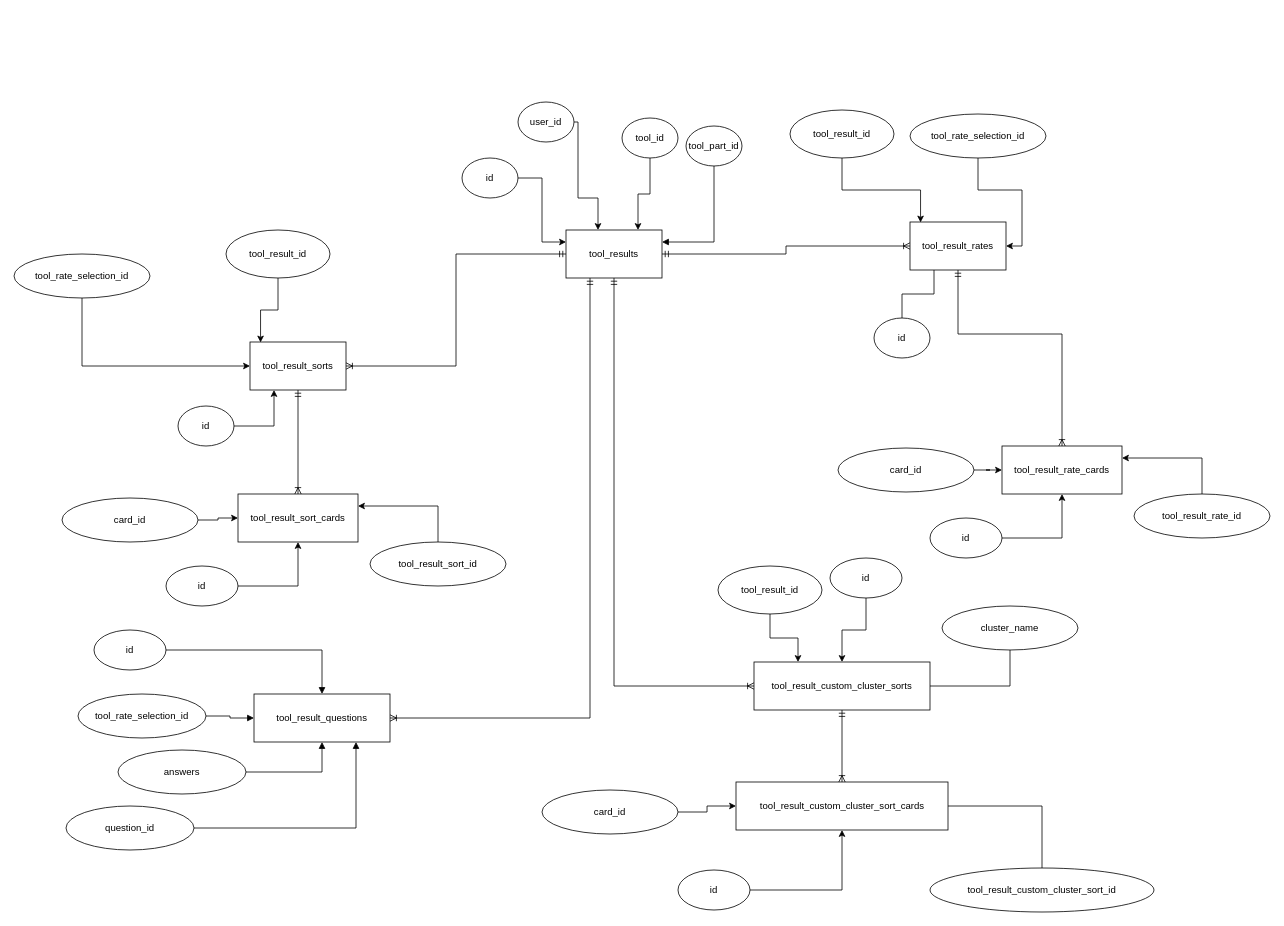
Earlier version of the draw.io diagram Untitled Diagram.drawio (janpaulalmanoche/zz). Source tidied: cells renumbered, new cells numbered last; positions are measured from the earlier drawing's top-left corner, leaving out a move shared by most shapes. Both pictures are drawn from the tidied source at 80%, with x=0, y=0 at pixel (14, 102).
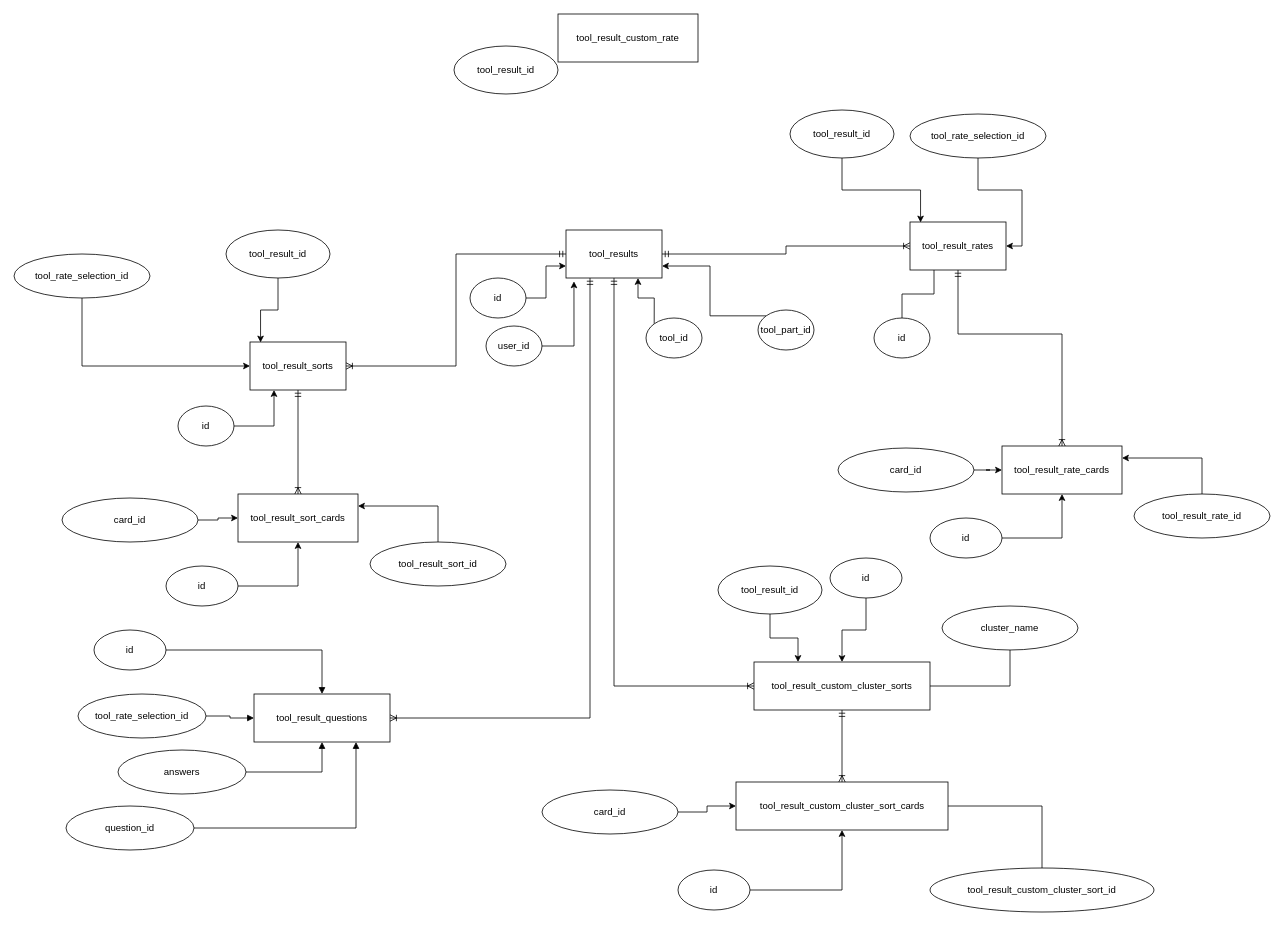
The same page after the edit.

Unchanged cells that the change refers to:
```xml
<mxCell id="6" value="tool_results" style="rounded=0;whiteSpace=wrap;html=1;" parent="1" vertex="1">
  <mxGeometry x="690" y="160" width="120" height="60" as="geometry" />
</mxCell>
```

The edit, as a diff of the source:
```diff
@@
-    <mxCell id="7" style="edgeStyle=orthogonalEdgeStyle;rounded=0;jettySize=auto;html=1;" parent="1" edge="1" source="8" target="6">
-      <mxGeometry relative="1" as="geometry">
-        <Array as="points">
-          <mxPoint x="705" y="120" />
-          <mxPoint x="730" y="120" />
-        </Array>
-      </mxGeometry>
+    <mxCell id="7" style="edgeStyle=orthogonalEdgeStyle;rounded=0;jettySize=auto;html=1;exitX=1;exitY=0.5;exitDx=0;exitDy=0;entryX=0.083;entryY=1.07;entryDx=0;entryDy=0;entryPerimeter=0;" parent="1" edge="1" source="8" target="6">
+      <mxGeometry relative="1" as="geometry" />
     </mxCell>
     <mxCell id="8" value="user_id" style="ellipse;whiteSpace=wrap;html=1;" parent="1" vertex="1">
-      <mxGeometry x="630" width="70" height="50" as="geometry" />
+      <mxGeometry x="590" y="280" width="70" height="50" as="geometry" />
     </mxCell>
-    <mxCell id="9" style="edgeStyle=orthogonalEdgeStyle;rounded=0;jettySize=auto;html=1;exitX=0.5;exitY=1;exitDx=0;exitDy=0;entryX=0.75;entryY=0;entryDx=0;entryDy=0;" parent="1" edge="1" source="10" target="6">
+    <mxCell id="9" style="edgeStyle=orthogonalEdgeStyle;rounded=0;jettySize=auto;html=1;exitX=0;exitY=0;exitDx=0;exitDy=0;entryX=0.75;entryY=1;entryDx=0;entryDy=0;" parent="1" edge="1" source="10" target="6">
       <mxGeometry relative="1" as="geometry" />
     </mxCell>
     <mxCell id="10" value="tool_id" style="ellipse;whiteSpace=wrap;html=1;" parent="1" vertex="1">
-      <mxGeometry x="760" y="20" width="70" height="50" as="geometry" />
+      <mxGeometry x="790" y="270" width="70" height="50" as="geometry" />
     </mxCell>
@@
-    <mxCell id="22" style="edgeStyle=orthogonalEdgeStyle;rounded=0;jettySize=auto;html=1;exitX=1;exitY=0.5;exitDx=0;exitDy=0;entryX=0;entryY=0.25;entryDx=0;entryDy=0;" parent="1" edge="1" source="23" target="6">
+    <mxCell id="22" style="edgeStyle=orthogonalEdgeStyle;rounded=0;jettySize=auto;html=1;exitX=1;exitY=0.5;exitDx=0;exitDy=0;entryX=0;entryY=0.75;entryDx=0;entryDy=0;" parent="1" edge="1" source="23" target="6">
       <mxGeometry relative="1" as="geometry" />
     </mxCell>
     <mxCell id="23" value="id" style="ellipse;whiteSpace=wrap;html=1;" parent="1" vertex="1">
-      <mxGeometry x="560" y="70" width="70" height="50" as="geometry" />
+      <mxGeometry x="570" y="220" width="70" height="50" as="geometry" />
     </mxCell>
@@
-    <mxCell id="50" style="edgeStyle=orthogonalEdgeStyle;rounded=0;jettySize=auto;html=1;exitX=0.5;exitY=1;exitDx=0;exitDy=0;entryX=1;entryY=0.25;entryDx=0;entryDy=0;startArrow=none;startFill=0;endArrow=block;endFill=1;" parent="1" edge="1" source="51" target="6">
+    <mxCell id="50" style="edgeStyle=orthogonalEdgeStyle;rounded=0;jettySize=auto;html=1;exitX=0;exitY=0;exitDx=0;exitDy=0;entryX=1;entryY=0.75;entryDx=0;entryDy=0;" parent="1" edge="1" source="51" target="6">
       <mxGeometry relative="1" as="geometry" />
     </mxCell>
     <mxCell id="51" value="tool_part_id" style="ellipse;whiteSpace=wrap;html=1;" parent="1" vertex="1">
-      <mxGeometry x="840" y="30" width="70" height="50" as="geometry" />
+      <mxGeometry x="930" y="260" width="70" height="50" as="geometry" />
     </mxCell>
@@
+    <mxCell id="69" value="tool_result_custom_rate" style="rounded=0;whiteSpace=wrap;html=1;" parent="1" vertex="1">
+      <mxGeometry x="680" y="-110" width="175" height="60" as="geometry" />
+    </mxCell>
+    <mxCell id="70" value="tool_result_id" style="ellipse;whiteSpace=wrap;html=1;" parent="1" vertex="1">
+      <mxGeometry x="550" y="-70" width="130" height="60" as="geometry" />
+    </mxCell>
```
